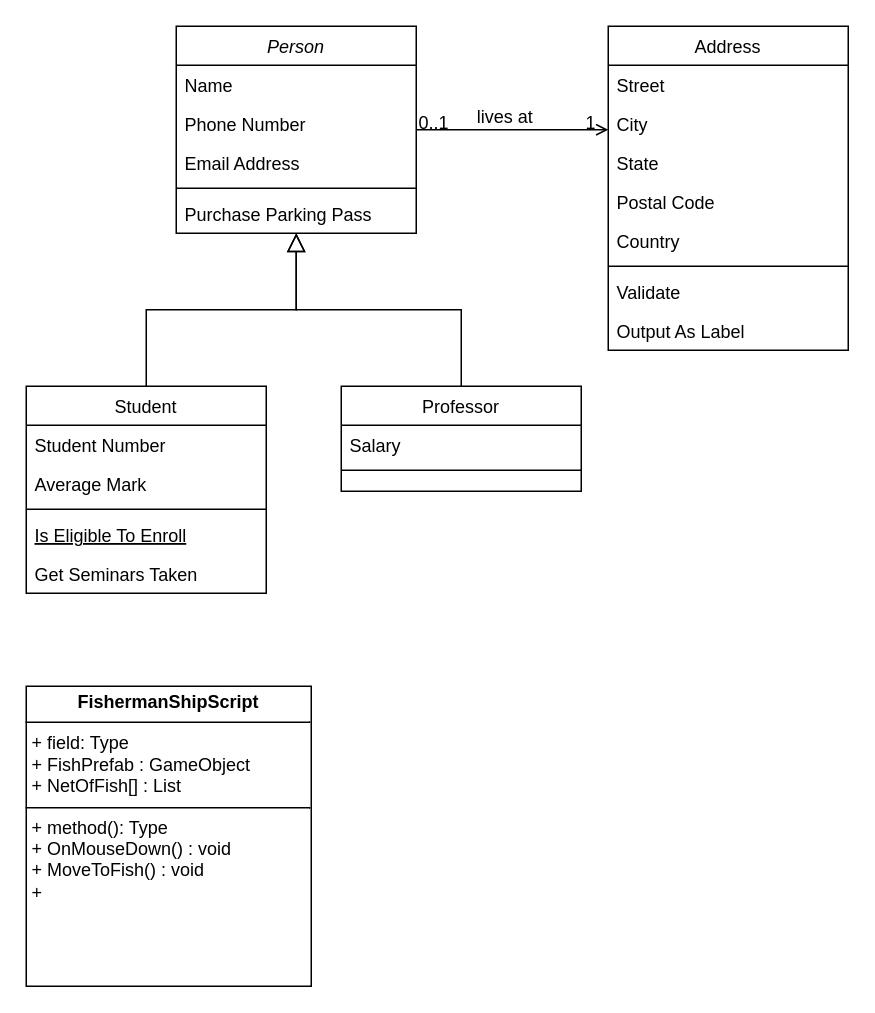
Above: FishCollectorDiagram.drawio in ayamonta/Diagrams (draw.io), before the change. Source tidied: cells renumbered, new cells numbered last; positions are measured from the earlier drawing's top-left corner, leaving out a move shared by most shapes. Both pictures are drawn from the tidied source at 150%, with x=0, y=0 at pixel (26, 26).
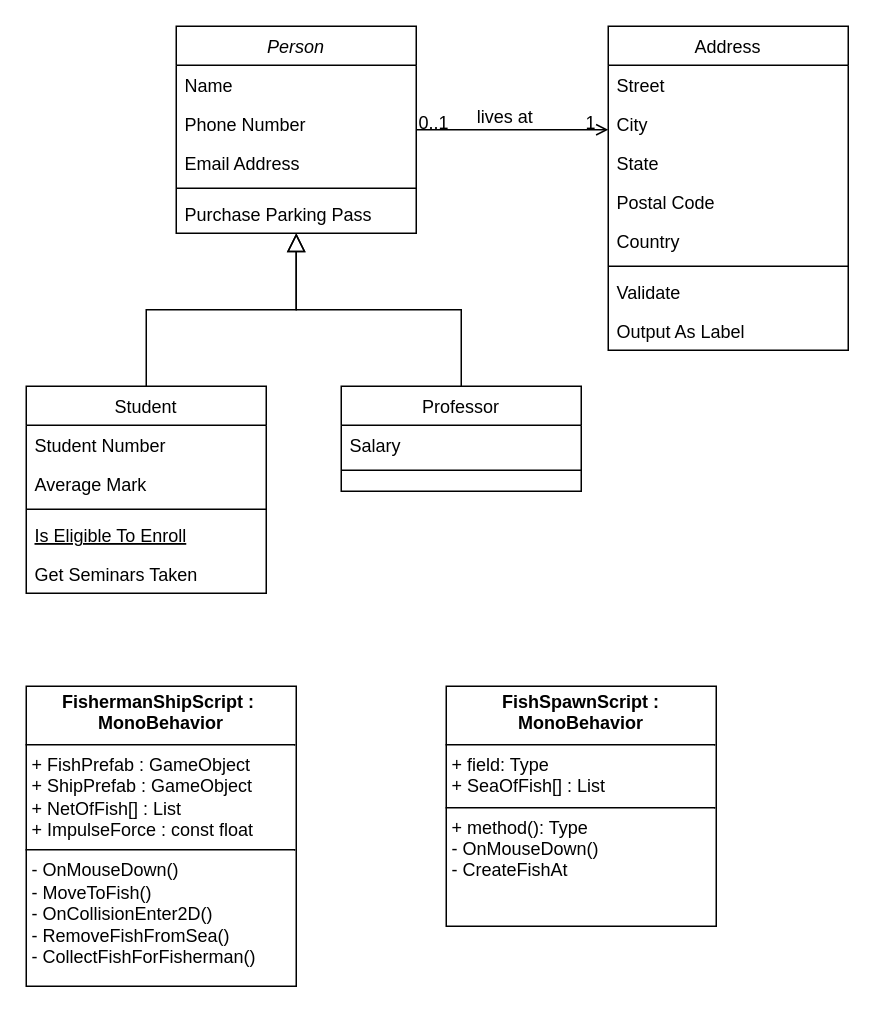
After the change.

Commit message:
Added FishermanShipScript and FishSpawnScript

What changed in the source:
```diff
@@
-    <mxCell id="32" value="&lt;p style=&quot;margin:0px;margin-top:4px;text-align:center;&quot;&gt;&lt;b&gt;FishermanShipScript&lt;/b&gt;&lt;/p&gt;&lt;hr size=&quot;1&quot; style=&quot;border-style:solid;&quot;&gt;&lt;p style=&quot;margin:0px;margin-left:4px;&quot;&gt;+ field: Type&lt;/p&gt;&lt;p style=&quot;margin:0px;margin-left:4px;&quot;&gt;+ FishPrefab : GameObject&lt;/p&gt;&lt;p style=&quot;margin:0px;margin-left:4px;&quot;&gt;+ NetOfFish[] : List&lt;/p&gt;&lt;hr size=&quot;1&quot; style=&quot;border-style:solid;&quot;&gt;&lt;p style=&quot;margin:0px;margin-left:4px;&quot;&gt;+ method(): Type&lt;/p&gt;&lt;p style=&quot;margin:0px;margin-left:4px;&quot;&gt;+ OnMouseDown() : void&lt;/p&gt;&lt;p style=&quot;margin:0px;margin-left:4px;&quot;&gt;+ MoveToFish() : void&lt;/p&gt;&lt;p style=&quot;margin:0px;margin-left:4px;&quot;&gt;+&amp;nbsp;&lt;/p&gt;" style="verticalAlign=top;align=left;overflow=fill;html=1;whiteSpace=wrap;" parent="1" vertex="1">
-      <mxGeometry y="440" width="190" height="200" as="geometry" />
+    <mxCell id="32" value="&lt;p style=&quot;margin:0px;margin-top:4px;text-align:center;&quot;&gt;&lt;b&gt;FishermanShipScript :&amp;nbsp;&lt;br&gt;&lt;/b&gt;&lt;b style=&quot;background-color: initial;&quot;&gt;MonoBehavior&lt;/b&gt;&lt;/p&gt;&lt;hr size=&quot;1&quot; style=&quot;border-style:solid;&quot;&gt;&lt;p style=&quot;margin:0px;margin-left:4px;&quot;&gt;&lt;span style=&quot;background-color: initial;&quot;&gt;+ FishPrefab : GameObject&lt;/span&gt;&lt;/p&gt;&lt;p style=&quot;margin:0px;margin-left:4px;&quot;&gt;&lt;span style=&quot;background-color: initial;&quot;&gt;+ ShipPrefab : GameObject&lt;/span&gt;&lt;/p&gt;&lt;p style=&quot;margin:0px;margin-left:4px;&quot;&gt;+ NetOfFish[] : List&lt;/p&gt;&lt;p style=&quot;margin:0px;margin-left:4px;&quot;&gt;+ ImpulseForce : const float&lt;/p&gt;&lt;hr size=&quot;1&quot; style=&quot;border-style:solid;&quot;&gt;&lt;p style=&quot;margin:0px;margin-left:4px;&quot;&gt;&lt;span style=&quot;background-color: initial;&quot;&gt;- OnMouseDown()&lt;/span&gt;&lt;/p&gt;&lt;p style=&quot;margin:0px;margin-left:4px;&quot;&gt;- MoveToFish()&lt;/p&gt;&lt;p style=&quot;margin:0px;margin-left:4px;&quot;&gt;- OnCollisionEnter2D()&amp;nbsp;&lt;/p&gt;&lt;p style=&quot;margin:0px;margin-left:4px;&quot;&gt;- RemoveFishFromSea()&lt;/p&gt;&lt;p style=&quot;margin:0px;margin-left:4px;&quot;&gt;- CollectFishForFisherman()&lt;/p&gt;" style="verticalAlign=top;align=left;overflow=fill;html=1;whiteSpace=wrap;" parent="1" vertex="1">
+      <mxGeometry y="440" width="180" height="200" as="geometry" />
     </mxCell>
+    <mxCell id="33" value="&lt;p style=&quot;margin:0px;margin-top:4px;text-align:center;&quot;&gt;&lt;b&gt;FishSpawnScript :&lt;br&gt;MonoBehavior&lt;/b&gt;&lt;/p&gt;&lt;hr size=&quot;1&quot; style=&quot;border-style:solid;&quot;&gt;&lt;p style=&quot;margin:0px;margin-left:4px;&quot;&gt;+ field: Type&lt;/p&gt;&lt;p style=&quot;margin:0px;margin-left:4px;&quot;&gt;+ SeaOfFish[] : List&lt;/p&gt;&lt;hr size=&quot;1&quot; style=&quot;border-style:solid;&quot;&gt;&lt;p style=&quot;margin:0px;margin-left:4px;&quot;&gt;+ method(): Type&lt;/p&gt;&lt;p style=&quot;margin:0px;margin-left:4px;&quot;&gt;- OnMouseDown()&lt;/p&gt;&lt;p style=&quot;margin:0px;margin-left:4px;&quot;&gt;- CreateFishAt&lt;/p&gt;" style="verticalAlign=top;align=left;overflow=fill;html=1;whiteSpace=wrap;" parent="1" vertex="1">
+      <mxGeometry x="280" y="440" width="180" height="160" as="geometry" />
+    </mxCell>
```
